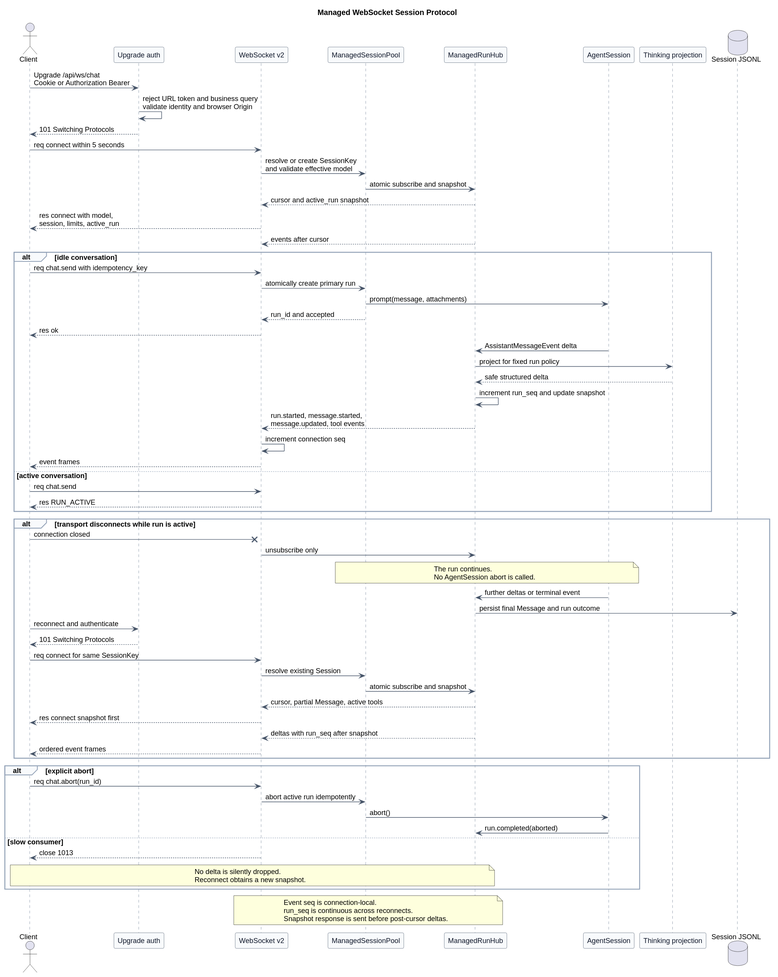
Before: pi-mono-java-manager-driven-multi-agent-runtime/managed_websocket_session_protocol.svg, a diagram exported from PlantUML (superheromeZzh/pi-mono-java-design). The source it was exported from:
```plantuml
@startuml
title Managed WebSocket Session Protocol


skinparam backgroundColor #FFFFFF
skinparam shadowing false
skinparam defaultFontName Arial
skinparam defaultFontSize 13
skinparam participant {
  BackgroundColor #F8FAFC
  BorderColor #475569
  FontColor #0F172A
}
skinparam ArrowColor #475569
skinparam sequence {
  LifeLineBorderColor #64748B
  LifeLineBackgroundColor #F8FAFC
  GroupBorderColor #94A3B8
  GroupBackgroundColor #F8FAFC
}

actor Client
participant "Upgrade auth" as Auth
participant "WebSocket v2" as WS
participant "ManagedSessionPool" as Pool
participant "ManagedRunHub" as Hub
participant "AgentSession" as Session
participant "Thinking projection" as Projection
database "Session JSONL" as Store

Client -> Auth : Upgrade /api/ws/chat\nCookie or Authorization Bearer
Auth -> Auth : reject URL token and business query\nvalidate identity and browser Origin
Auth --> Client : 101 Switching Protocols
Client -> WS : req connect within 5 seconds
WS -> Pool : resolve or create SessionKey\nand validate effective model
Pool -> Hub : atomic subscribe and snapshot
Hub --> WS : cursor and active_run snapshot
WS --> Client : res connect with model,\nsession, limits, active_run
Hub --> WS : events after cursor

alt idle conversation
  Client -> WS : req chat.send with idempotency_key
  WS -> Pool : atomically create primary run
  Pool -> Session : prompt(message, attachments)
  Pool --> WS : run_id and accepted
  WS --> Client : res ok
  Session -> Hub : AssistantMessageEvent delta
  Hub -> Projection : project for fixed run policy
  Projection --> Hub : safe structured delta
  Hub -> Hub : increment run_seq and update snapshot
  Hub --> WS : run.started, message.started,\nmessage.updated, tool events
  WS -> WS : increment connection seq
  WS --> Client : event frames
else active conversation
  Client -> WS : req chat.send
  WS --> Client : res RUN_ACTIVE
end

alt transport disconnects while run is active
  Client -x WS : connection closed
  WS -> Hub : unsubscribe only
  note over Pool,Session
  The run continues.
  No AgentSession abort is called.
  end note
  Session -> Hub : further deltas or terminal event
  Hub -> Store : persist final Message and run outcome
  Client -> Auth : reconnect and authenticate
  Auth --> Client : 101 Switching Protocols
  Client -> WS : req connect for same SessionKey
  WS -> Pool : resolve existing Session
  Pool -> Hub : atomic subscribe and snapshot
  Hub --> WS : cursor, partial Message, active tools
  WS --> Client : res connect snapshot first
  Hub --> WS : deltas with run_seq after snapshot
  WS --> Client : ordered event frames
end

alt explicit abort
  Client -> WS : req chat.abort(run_id)
  WS -> Pool : abort active run idempotently
  Pool -> Session : abort()
  Session -> Hub : run.completed(aborted)
else slow consumer
  WS --> Client : close 1013
  note over Client,Hub
  No delta is silently dropped.
  Reconnect obtains a new snapshot.
  end note
end

note over WS,Hub
Event seq is connection-local.
run_seq is continuous across reconnects.
Snapshot response is sent before post-cursor deltas.
end note
@enduml
```
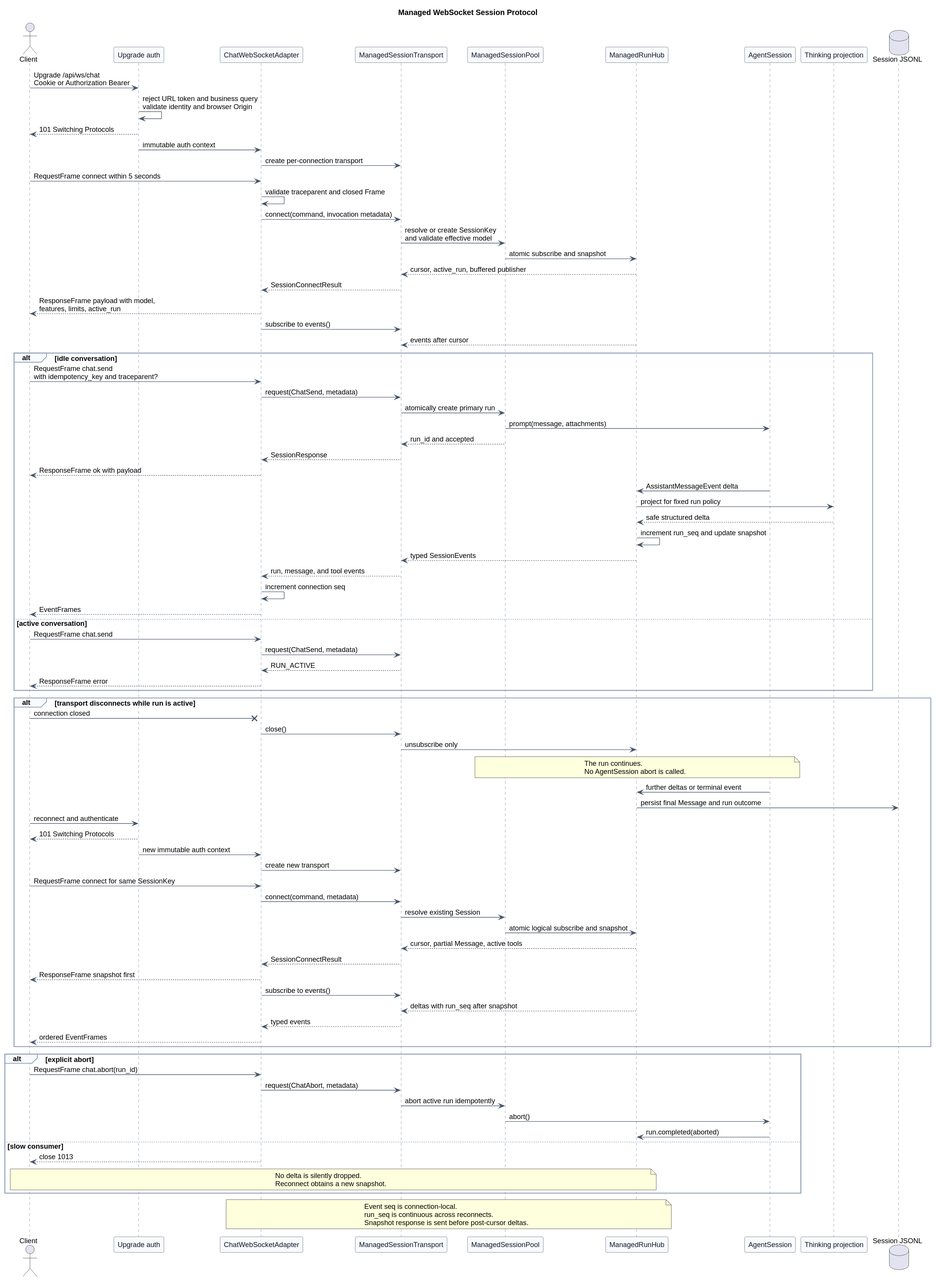
The same diagram one commit later.

Diff of the diagram source:
```diff
@@ -21,7 +21,8 @@
 
 actor Client
 participant "Upgrade auth" as Auth
-participant "WebSocket v2" as WS
+participant "ChatWebSocketAdapter" as WS
+participant "ManagedSessionTransport" as Transport
 participant "ManagedSessionPool" as Pool
 participant "ManagedRunHub" as Hub
 participant "AgentSession" as Session
@@ -31,34 +32,46 @@
 Client -> Auth : Upgrade /api/ws/chat\nCookie or Authorization Bearer
 Auth -> Auth : reject URL token and business query\nvalidate identity and browser Origin
 Auth --> Client : 101 Switching Protocols
-Client -> WS : req connect within 5 seconds
-WS -> Pool : resolve or create SessionKey\nand validate effective model
+Auth -> WS : immutable auth context
+WS -> Transport : create per-connection transport
+Client -> WS : RequestFrame connect within 5 seconds
+WS -> WS : validate traceparent and closed Frame
+WS -> Transport : connect(command, invocation metadata)
+Transport -> Pool : resolve or create SessionKey\nand validate effective model
 Pool -> Hub : atomic subscribe and snapshot
-Hub --> WS : cursor and active_run snapshot
-WS --> Client : res connect with model,\nsession, limits, active_run
-Hub --> WS : events after cursor
+Hub --> Transport : cursor, active_run, buffered publisher
+Transport --> WS : SessionConnectResult
+WS --> Client : ResponseFrame payload with model,\nfeatures, limits, active_run
+WS -> Transport : subscribe to events()
+Hub --> Transport : events after cursor
 
 alt idle conversation
-  Client -> WS : req chat.send with idempotency_key
-  WS -> Pool : atomically create primary run
+  Client -> WS : RequestFrame chat.send\nwith idempotency_key and traceparent?
+  WS -> Transport : request(ChatSend, metadata)
+  Transport -> Pool : atomically create primary run
   Pool -> Session : prompt(message, attachments)
-  Pool --> WS : run_id and accepted
-  WS --> Client : res ok
+  Pool --> Transport : run_id and accepted
+  Transport --> WS : SessionResponse
+  WS --> Client : ResponseFrame ok with payload
   Session -> Hub : AssistantMessageEvent delta
   Hub -> Projection : project for fixed run policy
   Projection --> Hub : safe structured delta
   Hub -> Hub : increment run_seq and update snapshot
-  Hub --> WS : run.started, message.started,\nmessage.updated, tool events
+  Hub --> Transport : typed SessionEvents
+  Transport --> WS : run, message, and tool events
   WS -> WS : increment connection seq
-  WS --> Client : event frames
+  WS --> Client : EventFrames
 else active conversation
-  Client -> WS : req chat.send
-  WS --> Client : res RUN_ACTIVE
+  Client -> WS : RequestFrame chat.send
+  WS -> Transport : request(ChatSend, metadata)
+  Transport --> WS : RUN_ACTIVE
+  WS --> Client : ResponseFrame error
 end
 
 alt transport disconnects while run is active
   Client -x WS : connection closed
-  WS -> Hub : unsubscribe only
+  WS -> Transport : close()
+  Transport -> Hub : unsubscribe only
   note over Pool,Session
   The run continues.
   No AgentSession abort is called.
@@ -67,18 +80,25 @@
   Hub -> Store : persist final Message and run outcome
   Client -> Auth : reconnect and authenticate
   Auth --> Client : 101 Switching Protocols
-  Client -> WS : req connect for same SessionKey
-  WS -> Pool : resolve existing Session
-  Pool -> Hub : atomic subscribe and snapshot
-  Hub --> WS : cursor, partial Message, active tools
-  WS --> Client : res connect snapshot first
-  Hub --> WS : deltas with run_seq after snapshot
-  WS --> Client : ordered event frames
+  Auth -> WS : new immutable auth context
+  WS -> Transport : create new transport
+  Client -> WS : RequestFrame connect for same SessionKey
+  WS -> Transport : connect(command, metadata)
+  Transport -> Pool : resolve existing Session
+  Pool -> Hub : atomic logical subscribe and snapshot
+  Hub --> Transport : cursor, partial Message, active tools
+  Transport --> WS : SessionConnectResult
+  WS --> Client : ResponseFrame snapshot first
+  WS -> Transport : subscribe to events()
+  Hub --> Transport : deltas with run_seq after snapshot
+  Transport --> WS : typed events
+  WS --> Client : ordered EventFrames
 end
 
 alt explicit abort
-  Client -> WS : req chat.abort(run_id)
-  WS -> Pool : abort active run idempotently
+  Client -> WS : RequestFrame chat.abort(run_id)
+  WS -> Transport : request(ChatAbort, metadata)
+  Transport -> Pool : abort active run idempotently
   Pool -> Session : abort()
   Session -> Hub : run.completed(aborted)
 else slow consumer
```
